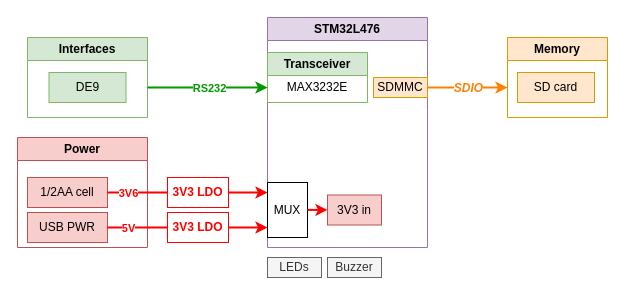
Earlier version of the draw.io diagram 2026_C_AV_FDR/Documents/BDI.drawio (EPFLRocketTeam/2026_C_AV_HARDWARE). Source tidied: cells renumbered, new cells numbered last; positions are measured from the earlier drawing's top-left corner, leaving out a move shared by most shapes. Both pictures are drawn from the tidied source at 100%, with x=0, y=0 at pixel (17, 17).
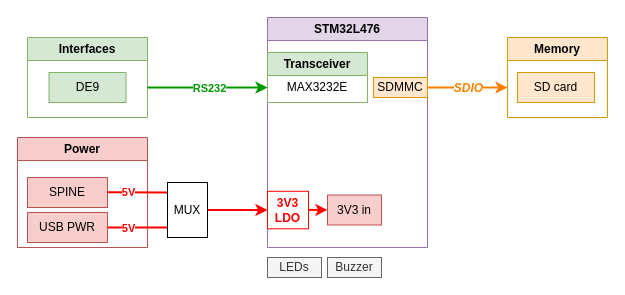
Above is the later version.

The change refers to these unchanged cells:
```xml
<mxCell id="2" value="STM32L476" style="swimlane;whiteSpace=wrap;html=1;fillColor=#e1d5e7;strokeColor=#9673a6;" parent="1" vertex="1">
  <mxGeometry x="250" width="160" height="230" as="geometry" />
</mxCell>
<mxCell id="9" value="Power" style="swimlane;whiteSpace=wrap;html=1;fillColor=#f8cecc;strokeColor=#b85450;" parent="1" vertex="1">
  <mxGeometry y="120" width="130" height="110" as="geometry" />
</mxCell>
```

What changed in the source:
```diff
@@
-    <mxCell id="6" value="MUX" style="rounded=0;whiteSpace=wrap;html=1;" parent="2" vertex="1">
-      <mxGeometry y="165" width="40" height="55" as="geometry" />
-    </mxCell>
@@
+    <mxCell id="26" value="&lt;font style=&quot;color: rgb(255, 0, 0);&quot;&gt;&lt;b&gt;3V3 LDO&lt;/b&gt;&lt;/font&gt;" style="rounded=0;whiteSpace=wrap;html=1;strokeColor=#FF0000;" parent="2" vertex="1">
+      <mxGeometry y="173.8" width="41" height="37.5" as="geometry" />
+    </mxCell>
@@
-    <mxCell id="10" value="1/2AA cell" style="rounded=0;whiteSpace=wrap;html=1;fillColor=#f8cecc;strokeColor=#b85450;" parent="9" vertex="1">
+    <mxCell id="10" value="SPINE" style="rounded=0;whiteSpace=wrap;html=1;fillColor=#f8cecc;strokeColor=#b85450;" parent="9" vertex="1">
       <mxGeometry x="10" y="40" width="80" height="30" as="geometry" />
     </mxCell>
@@
-    <mxCell id="16" style="endArrow=classic;html=1;rounded=0;strokeColor=#FF0000;exitX=1;exitY=0.5;exitDx=0;exitDy=0;strokeWidth=2;" parent="1" edge="1" source="10">
+    <mxCell id="16" style="endArrow=none;html=1;rounded=0;strokeColor=#FF0000;exitX=1;exitY=0.5;exitDx=0;exitDy=0;strokeWidth=2;entryX=0.008;entryY=0.181;entryDx=0;entryDy=0;entryPerimeter=0;endFill=0;" parent="1" edge="1" target="6">
       <mxGeometry relative="1" as="geometry">
-        <mxPoint x="250" y="175" as="targetPoint" />
+        <mxPoint x="90" y="174.8" as="sourcePoint" />
       </mxGeometry>
     </mxCell>
-    <mxCell id="17" value="&lt;b&gt;&lt;font style=&quot;color: rgb(255, 0, 0);&quot;&gt;3V6&lt;/font&gt;&lt;/b&gt;" style="edgeLabel;html=1;align=center;verticalAlign=middle;" parent="16" vertex="1">
+    <mxCell id="17" value="&lt;b&gt;&lt;font style=&quot;color: rgb(255, 0, 0);&quot;&gt;5V&lt;/font&gt;&lt;/b&gt;" style="edgeLabel;html=1;align=center;verticalAlign=middle;" parent="16" vertex="1">
       <mxGeometry x="-0.6" y="1" relative="1" as="geometry">
-        <mxPoint x="-12" y="1" as="offset" />
+        <mxPoint x="8" y="1" as="offset" />
       </mxGeometry>
     </mxCell>
@@
-    <mxCell id="24" value="&lt;font style=&quot;color: rgb(255, 0, 0);&quot;&gt;&lt;b&gt;3V3 LDO&lt;/b&gt;&lt;/font&gt;" style="rounded=0;whiteSpace=wrap;html=1;strokeColor=#FF0000;" parent="1" vertex="1">
-      <mxGeometry x="150" y="160" width="61" height="30" as="geometry" />
-    </mxCell>
-    <mxCell id="25" style="edgeStyle=orthogonalEdgeStyle;rounded=0;jettySize=auto;html=1;strokeWidth=2;strokeColor=#FF0000;" parent="1" edge="1" source="26">
-      <mxGeometry relative="1" as="geometry">
-        <mxPoint x="250" y="210" as="targetPoint" />
-        <Array as="points">
-          <mxPoint x="240" y="210" />
-          <mxPoint x="240" y="210" />
-        </Array>
-      </mxGeometry>
-    </mxCell>
-    <mxCell id="26" value="&lt;font style=&quot;color: rgb(255, 0, 0);&quot;&gt;&lt;b&gt;3V3 LDO&lt;/b&gt;&lt;/font&gt;" style="rounded=0;whiteSpace=wrap;html=1;strokeColor=#FF0000;" parent="1" vertex="1">
-      <mxGeometry x="150" y="195" width="61" height="30" as="geometry" />
-    </mxCell>
@@
+    <mxCell id="29" style="edgeStyle=orthogonalEdgeStyle;rounded=0;jettySize=auto;html=1;fillColor=#f8cecc;strokeColor=#FF0000;strokeWidth=2;" parent="1" edge="1" source="6" target="26">
+      <mxGeometry relative="1" as="geometry" />
+    </mxCell>
+    <mxCell id="6" value="MUX" style="rounded=0;whiteSpace=wrap;html=1;" parent="1" vertex="1">
+      <mxGeometry x="150" y="165" width="40" height="55" as="geometry" />
+    </mxCell>
```
